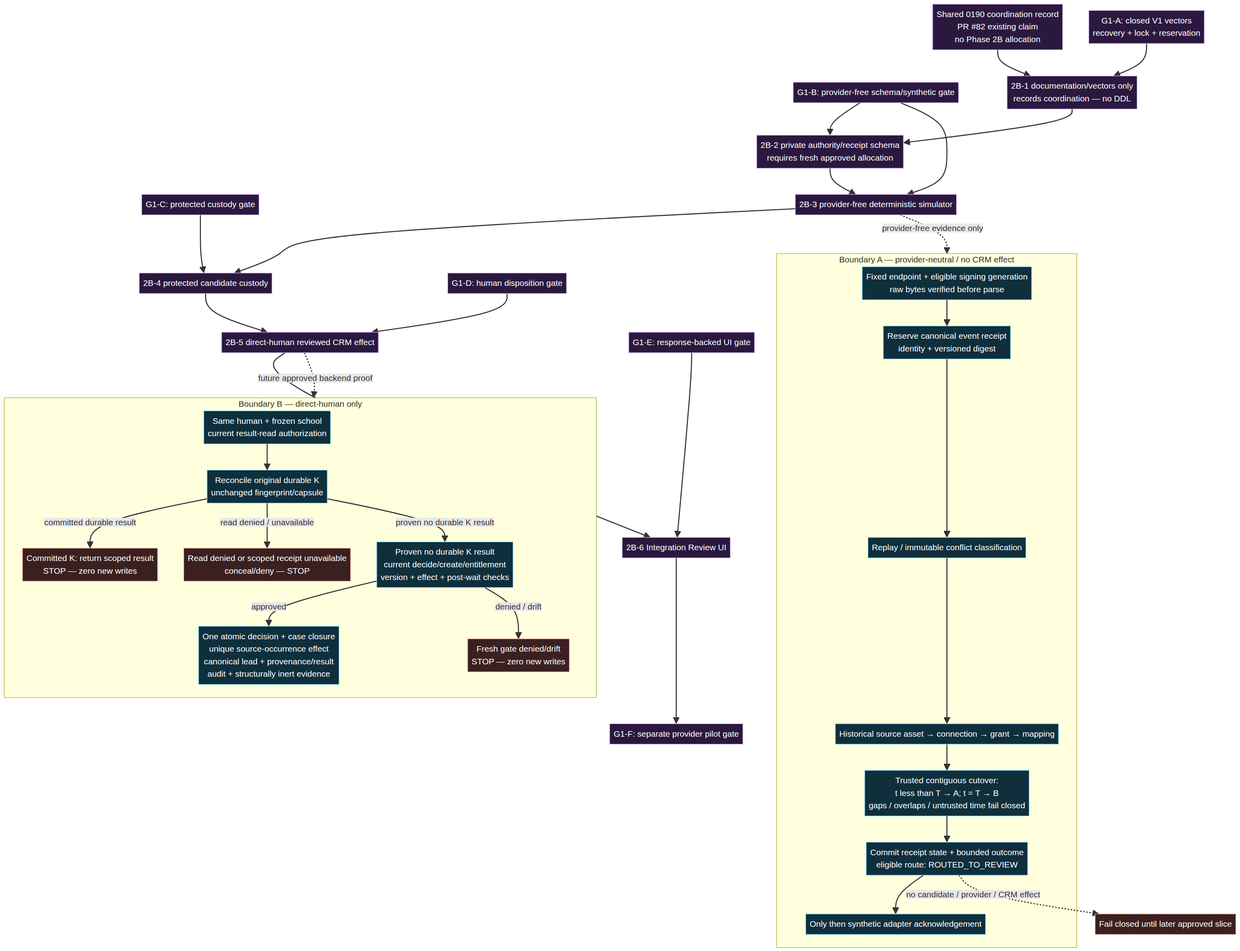
Above: docs/diagrams/phase-2b-contract-flow.png in myhonosai/honos (Mermaid), before the change. Its source is kept beside it as docs/diagrams/phase-2b-contract-flow.mmd.
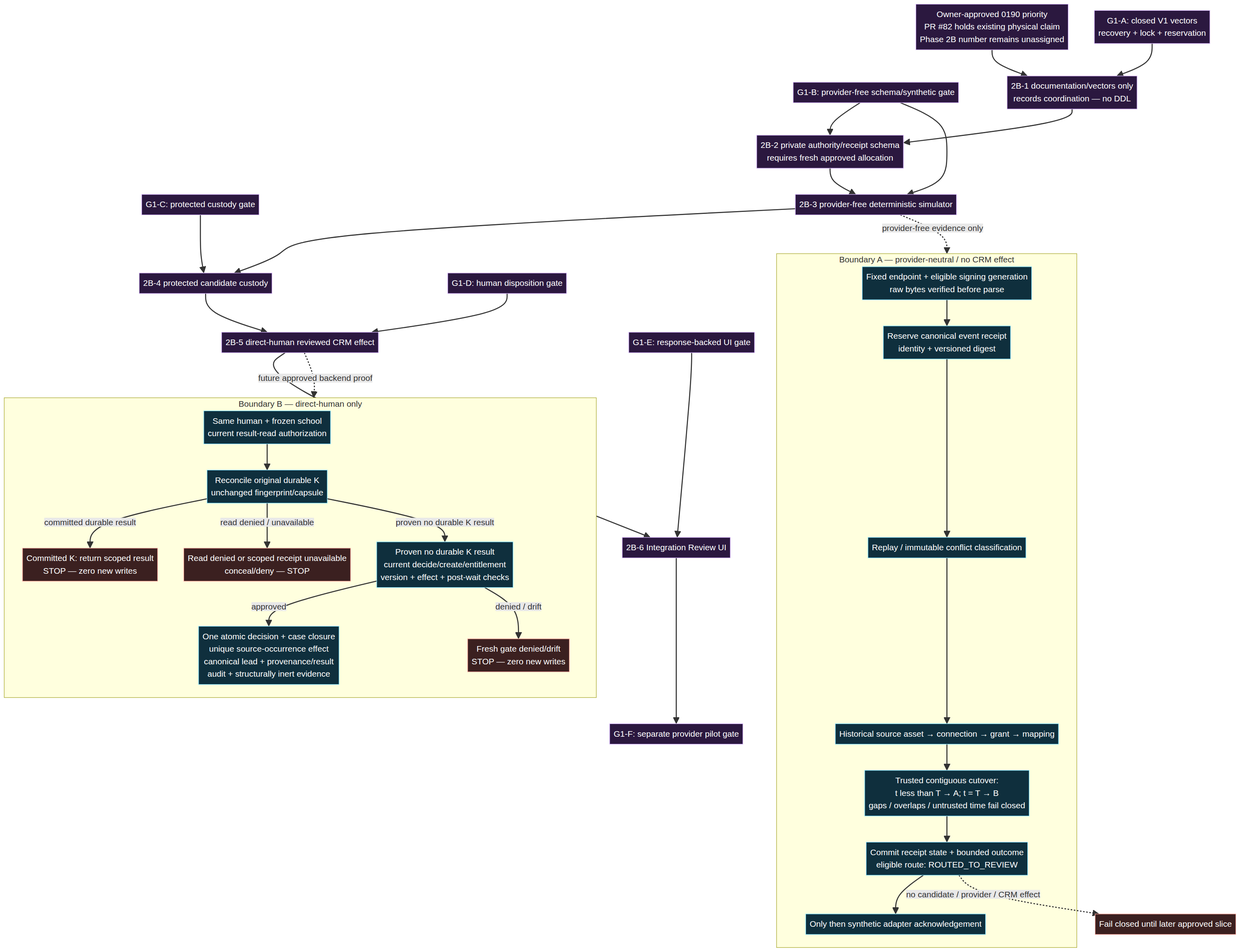
Later version of the same file.

Commit message:
docs(phase2b): record approved 0190 priority

What changed in the source:
```diff
@@ -1,5 +1,5 @@
 flowchart TD
-  Coord[Shared 0190 coordination record\nPR #82 existing claim\nno Phase 2B allocation]
+  Coord[Owner-approved 0190 priority\nPR #82 holds existing physical claim\nPhase 2B number remains unassigned]
   G1A[G1-A: closed V1 vectors\nrecovery + lock + reservation]
   G1B[G1-B: provider-free schema/synthetic gate]
   G1C[G1-C: protected custody gate]
```
